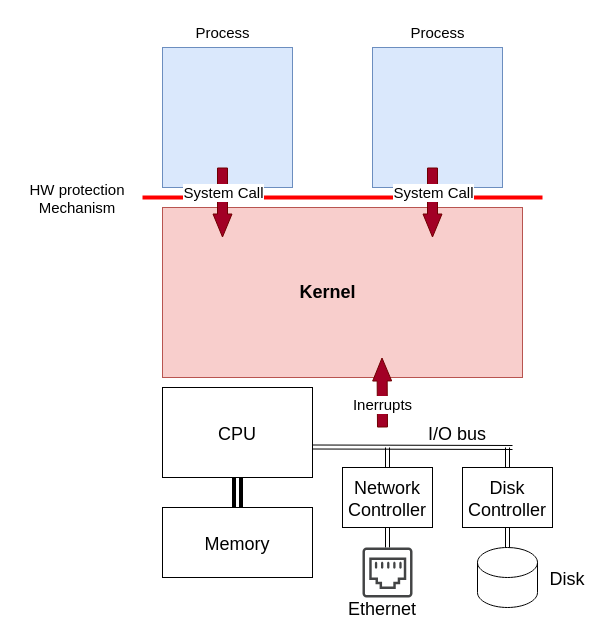
Before: content/images/intro/osstructure.drawio in OpenOSOrg/openos, a draw.io diagram. Source tidied: cells renumbered, new cells numbered last; positions are measured from the earlier drawing's top-left corner, leaving out a move shared by most shapes. Both pictures are drawn from the tidied source at 100%, with x=0, y=0 at pixel (17, 17).
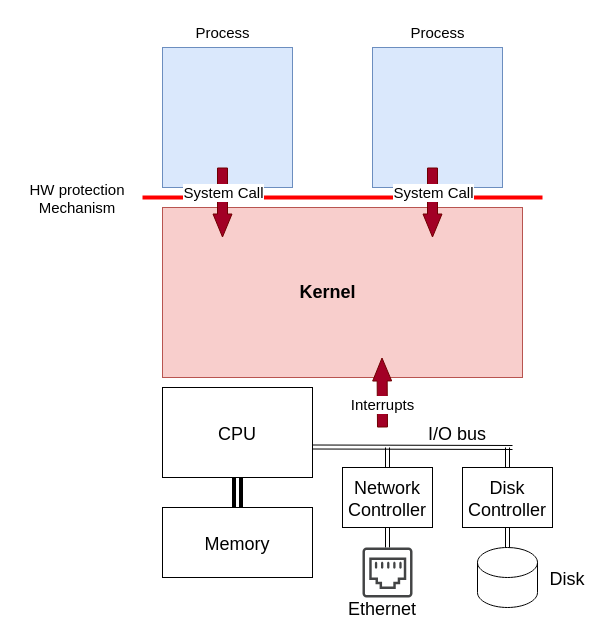
The same diagram, later.

Commit message (it also covers changes not shown here):
edits to OS structure chapter, including typo fix in syscall diagram

Unchanged cells that the change refers to:
```xml
<mxCell id="30" style="shape=flexArrow;endArrow=classic;html=1;rounded=0;fillColor=#a20025;strokeColor=#6F0000;endWidth=8;endSize=7.33;" parent="5" edge="1">
  <mxGeometry x="-0.71" y="-120" relative="1" as="geometry">
    <mxPoint x="365" y="410" as="sourcePoint" />
    <mxPoint x="364.5" y="340" as="targetPoint" />
  </mxGeometry>
</mxCell>
```

What changed in the source:
```diff
@@
-    <mxCell id="31" value="Inerrupts" style="edgeLabel;html=1;align=center;verticalAlign=middle;fontSize=15;" parent="30" vertex="1">
+    <mxCell id="31" value="Interrupts" style="edgeLabel;html=1;align=center;verticalAlign=middle;fontSize=15;" parent="30" vertex="1">
       <mxGeometry x="-0.31" relative="1" as="geometry" />
     </mxCell>
```
